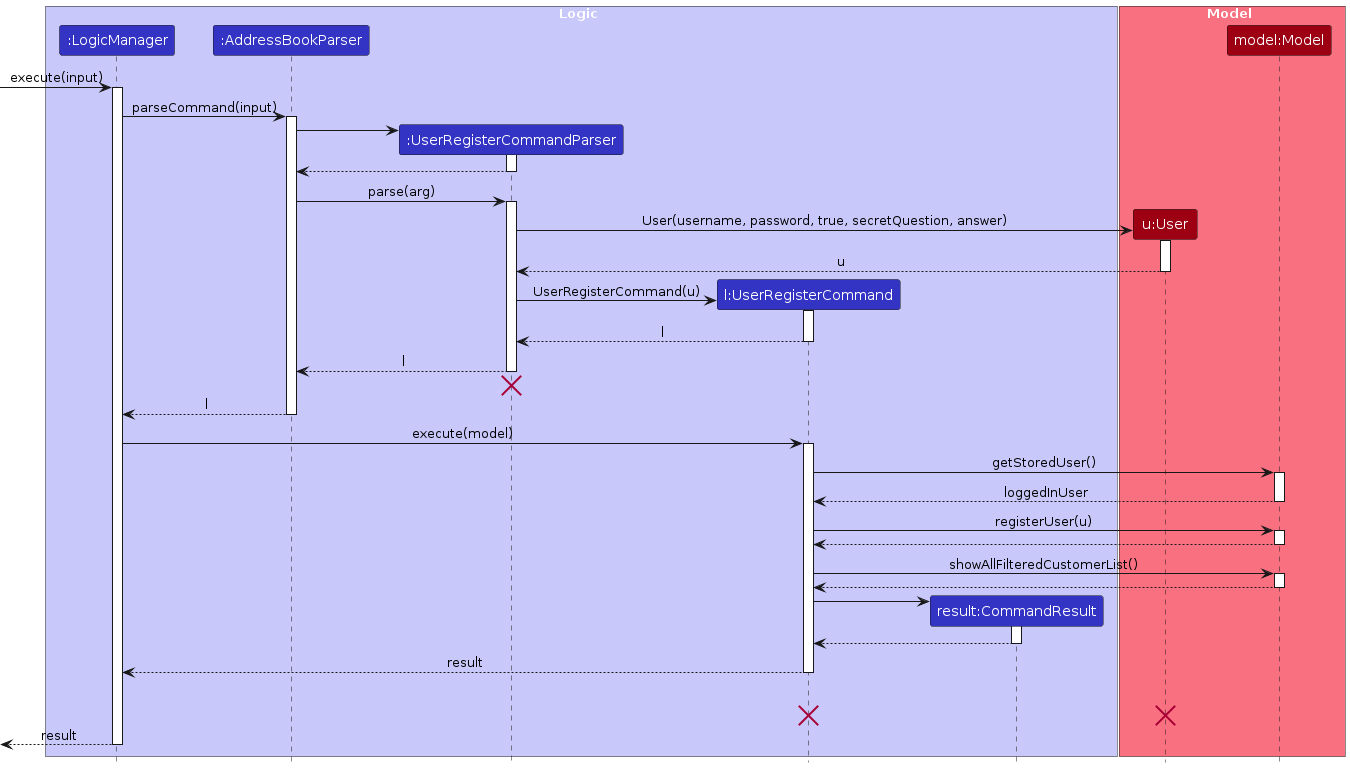
This is diagrams/UserRegisterSequenceDiagram.png from zhonghan721/tp, a PlantUML export, as it was before one commit. Its source is kept beside it as diagrams/UserRegisterSequenceDiagram.puml.
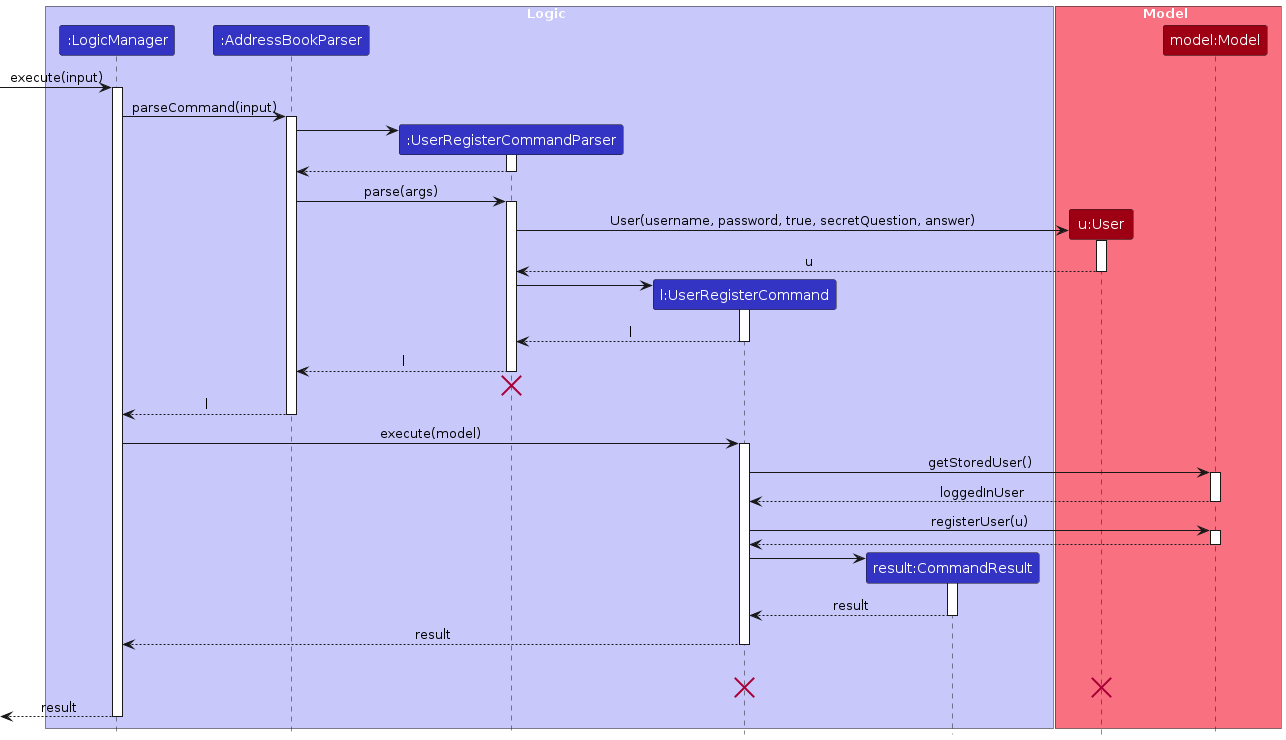
Above is the later version.

Diff of the diagram source:
```diff
@@ -28,7 +28,7 @@
 UserRegisterCommandParser --> AddressBookParser
 deactivate UserRegisterCommandParser
 
-AddressBookParser -> UserRegisterCommandParser : parse(arg)
+AddressBookParser -> UserRegisterCommandParser : parse(args)
 activate UserRegisterCommandParser
 
 create User
@@ -39,7 +39,7 @@
 deactivate User
 
 create UserRegisterCommand
-UserRegisterCommandParser -> UserRegisterCommand : UserRegisterCommand(u)
+UserRegisterCommandParser -> UserRegisterCommand
 activate UserRegisterCommand
 
 UserRegisterCommand --> UserRegisterCommandParser : l
@@ -68,17 +68,13 @@
 Model --> UserRegisterCommand
 deactivate Model
 
-UserRegisterCommand -> Model : showAllFilteredCustomerList()
-activate Model
 
-Model --> UserRegisterCommand
-deactivate Model
 
 create CommandResult
 UserRegisterCommand -> CommandResult
 activate CommandResult
 
-CommandResult --> UserRegisterCommand
+CommandResult --> UserRegisterCommand : result
 deactivate CommandResult
 
 UserRegisterCommand --> LogicManager : result
```
